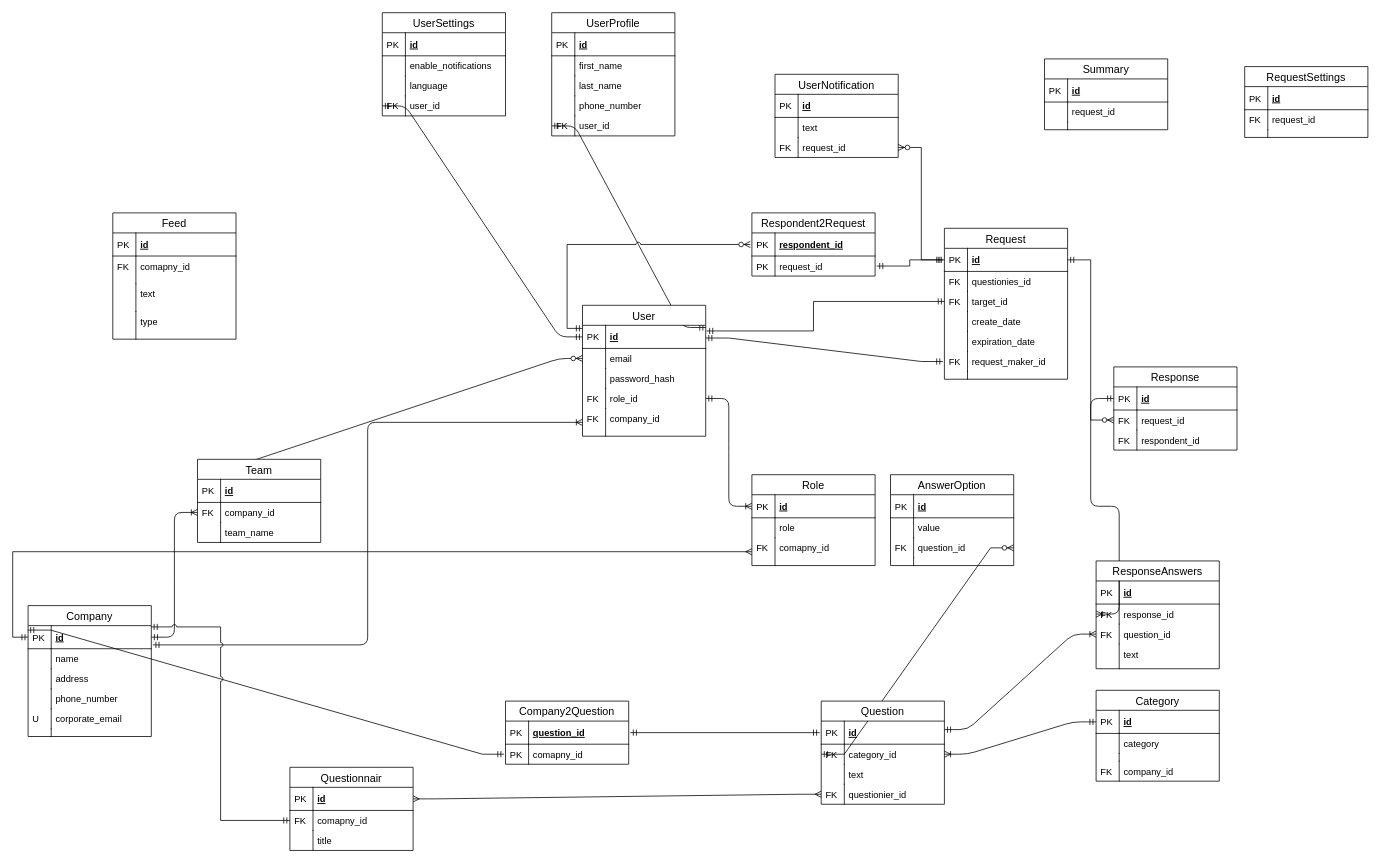
Above: docs/feedback_db.drawio in BinaryStudioAcademy/bsa-2020-feedgrabber (draw.io), before the change. Source tidied: cells renumbered, new cells numbered last; positions are measured from the earlier drawing's top-left corner, leaving out a move shared by most shapes. Both pictures are drawn from the tidied source at 77%, with x=0, y=0 at pixel (28, 12).
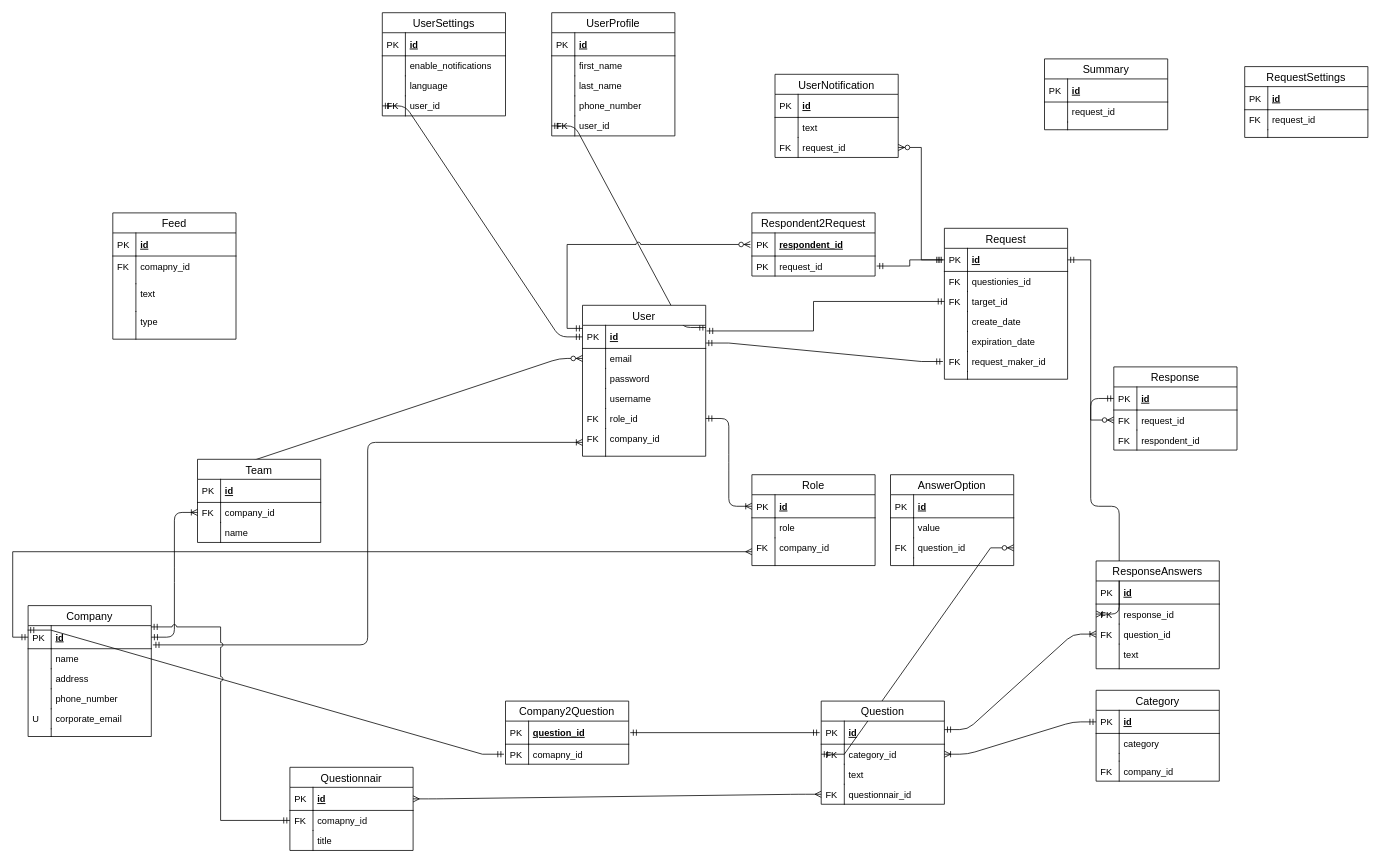
The same page after the edit.

The change refers to these unchanged cells:
```xml
<mxCell id="59" value="Role" style="swimlane;fontStyle=0;horizontal=1;startSize=26;align=center;fontSize=14;" parent="1" vertex="1">
  <mxGeometry x="940" y="600" width="160" height="118" as="geometry" />
</mxCell>
<mxCell id="95" value="Question" style="swimlane;fontStyle=0;horizontal=1;startSize=26;align=center;fontSize=14;" parent="1" vertex="1">
  <mxGeometry x="1030" y="894" width="160" height="134" as="geometry" />
</mxCell>
<mxCell id="117" value="Team" style="swimlane;fontStyle=0;horizontal=1;startSize=26;align=center;fontSize=14;" parent="1" vertex="1">
  <mxGeometry x="220" y="580" width="160" height="108" as="geometry" />
</mxCell>
```

The edit, as a diff of the source:
```diff
@@
-    <mxCell id="64" value="comapny_id" style="shape=partialRectangle;top=0;left=0;right=0;bottom=0;align=left;verticalAlign=top;fillColor=none;spacingLeft=34;spacingRight=4;overflow=hidden;points=[[0,0.5],[1,0.5]];portConstraint=eastwest;fontSize=12;" parent="59" vertex="1">
+    <mxCell id="64" value="company_id" style="shape=partialRectangle;top=0;left=0;right=0;bottom=0;align=left;verticalAlign=top;fillColor=none;spacingLeft=34;spacingRight=4;overflow=hidden;points=[[0,0.5],[1,0.5]];portConstraint=eastwest;fontSize=12;" parent="59" vertex="1">
       <mxGeometry y="82" width="160" height="36" as="geometry" />
     </mxCell>
@@
-    <mxCell id="102" value="questionier_id" style="shape=partialRectangle;top=0;left=0;right=0;bottom=0;align=left;verticalAlign=top;fillColor=none;spacingLeft=34;spacingRight=4;overflow=hidden;points=[[0,0.5],[1,0.5]];portConstraint=eastwest;fontSize=12;" parent="95" vertex="1">
+    <mxCell id="102" value="questionnair_id" style="shape=partialRectangle;top=0;left=0;right=0;bottom=0;align=left;verticalAlign=top;fillColor=none;spacingLeft=34;spacingRight=4;overflow=hidden;points=[[0,0.5],[1,0.5]];portConstraint=eastwest;fontSize=12;" parent="95" vertex="1">
       <mxGeometry y="108" width="160" height="26" as="geometry" />
     </mxCell>
@@
     <mxCell id="104" value="User" style="swimlane;fontStyle=0;horizontal=1;startSize=26;align=center;fontSize=14;" parent="1" vertex="1">
-      <mxGeometry x="720" y="380" width="160" height="170" as="geometry" />
+      <mxGeometry x="720" y="380" width="160" height="196" as="geometry" />
     </mxCell>
@@
-    <mxCell id="109" value="password_hash" style="shape=partialRectangle;top=0;left=0;right=0;bottom=0;align=left;verticalAlign=top;fillColor=none;spacingLeft=34;spacingRight=4;overflow=hidden;fontSize=12;" parent="104" vertex="1">
+    <mxCell id="109" value="password" style="shape=partialRectangle;top=0;left=0;right=0;bottom=0;align=left;verticalAlign=top;fillColor=none;spacingLeft=34;spacingRight=4;overflow=hidden;fontSize=12;" parent="104" vertex="1">
       <mxGeometry y="82" width="160" height="26" as="geometry" />
     </mxCell>
@@
+    <mxCell id="186" value="username" style="shape=partialRectangle;top=0;left=0;right=0;bottom=0;align=left;verticalAlign=top;fillColor=none;spacingLeft=34;spacingRight=4;overflow=hidden;fontSize=12;" parent="104" vertex="1">
+      <mxGeometry y="108" width="160" height="26" as="geometry" />
+    </mxCell>
+    <mxCell id="187" style="shape=partialRectangle;top=0;left=0;bottom=0;fillColor=none;align=left;verticalAlign=top;spacingLeft=4;spacingRight=4;overflow=hidden;fontSize=12;" parent="186" vertex="1">
+      <mxGeometry width="30" height="26" as="geometry" />
+    </mxCell>
     <mxCell id="111" value="role_id" style="shape=partialRectangle;top=0;left=0;right=0;bottom=0;align=left;verticalAlign=top;fillColor=none;spacingLeft=34;spacingRight=4;overflow=hidden;points=[[0,0.5],[1,0.5]];portConstraint=eastwest;fontSize=12;" parent="104" vertex="1">
-      <mxGeometry y="108" width="160" height="26" as="geometry" />
+      <mxGeometry y="134" width="160" height="26" as="geometry" />
     </mxCell>
@@
     <mxCell id="113" value="company_id" style="shape=partialRectangle;top=0;left=0;right=0;bottom=0;align=left;verticalAlign=top;fillColor=none;spacingLeft=34;spacingRight=4;overflow=hidden;points=[[0,0.5],[1,0.5]];portConstraint=eastwest;fontSize=12;" parent="104" vertex="1">
-      <mxGeometry y="134" width="160" height="36" as="geometry" />
+      <mxGeometry y="160" width="160" height="36" as="geometry" />
     </mxCell>
@@
-    <mxCell id="122" value="team_name&#10;" style="shape=partialRectangle;top=0;left=0;right=0;bottom=0;align=left;verticalAlign=top;fillColor=none;spacingLeft=34;spacingRight=4;overflow=hidden;fontSize=12;" parent="117" vertex="1">
+    <mxCell id="122" value="name&#10;" style="shape=partialRectangle;top=0;left=0;right=0;bottom=0;align=left;verticalAlign=top;fillColor=none;spacingLeft=34;spacingRight=4;overflow=hidden;fontSize=12;" parent="117" vertex="1">
       <mxGeometry y="82" width="160" height="26" as="geometry" />
     </mxCell>
```
